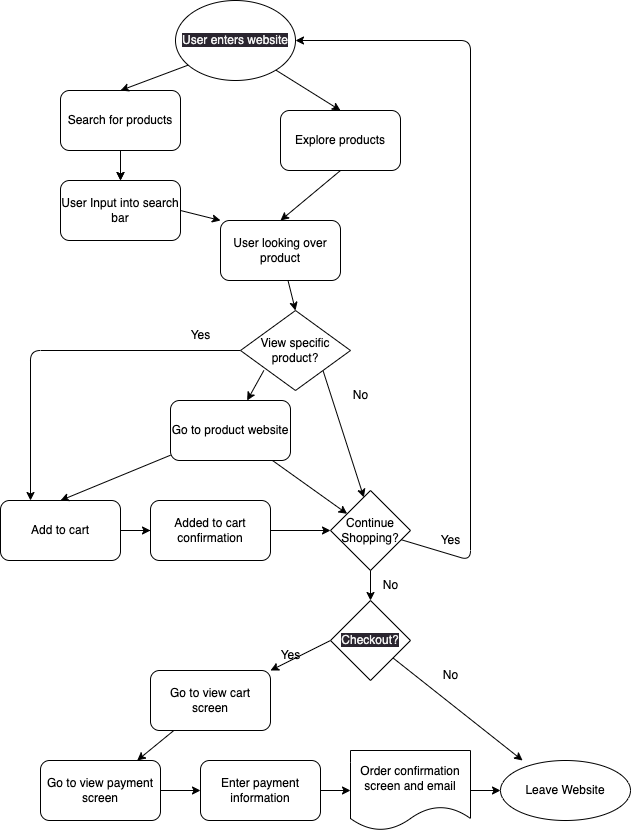
Above: explore/diagramming/diagram.drawio.png in Kekoa-Pickett/sp24-cse110-lab4 (draw.io), before the change. Source tidied: cells renumbered, new cells last; positions are measured from the earlier drawing's top-left corner, leaving out a move shared by most shapes. Source of this version:
```xml
<mxGraphModel>
  <root>
    <mxCell id="0" />
    <mxCell id="1" parent="0" />
    <mxCell id="2" value="Explore products" style="rounded=1;whiteSpace=wrap;html=1;" parent="1" vertex="1">
      <mxGeometry x="280" y="110" width="120" height="60" as="geometry" />
    </mxCell>
    <mxCell id="3" style="edgeStyle=none;html=1;" parent="1" edge="1" source="4" target="7">
      <mxGeometry relative="1" as="geometry" />
    </mxCell>
    <mxCell id="4" value="Search for products" style="rounded=1;whiteSpace=wrap;html=1;" parent="1" vertex="1">
      <mxGeometry x="60" y="90" width="120" height="60" as="geometry" />
    </mxCell>
    <mxCell id="5" style="endArrow=classic;html=1;exitX=0.25;exitY=1;exitDx=0;exitDy=0;entryX=0.5;entryY=0;entryDx=0;entryDy=0;" parent="1" edge="1" target="4">
      <mxGeometry relative="1" as="geometry">
        <mxPoint x="200" y="60" as="sourcePoint" />
      </mxGeometry>
    </mxCell>
    <mxCell id="6" style="endArrow=classic;html=1;exitX=0.75;exitY=1;exitDx=0;exitDy=0;entryX=0.5;entryY=0;entryDx=0;entryDy=0;" parent="1" edge="1" target="2">
      <mxGeometry relative="1" as="geometry">
        <mxPoint x="260" y="60" as="sourcePoint" />
      </mxGeometry>
    </mxCell>
    <mxCell id="7" value="User Input into search bar" style="rounded=1;whiteSpace=wrap;html=1;" parent="1" vertex="1">
      <mxGeometry x="60" y="180" width="120" height="60" as="geometry" />
    </mxCell>
    <mxCell id="8" style="endArrow=classic;html=1;entryX=0.5;entryY=0;entryDx=0;entryDy=0;" parent="1" edge="1" target="7">
      <mxGeometry relative="1" as="geometry">
        <mxPoint x="120" y="170" as="sourcePoint" />
        <Array as="points">
          <mxPoint x="120" y="170" />
        </Array>
      </mxGeometry>
    </mxCell>
    <mxCell id="9" style="edgeStyle=none;html=1;entryX=0.5;entryY=0;entryDx=0;entryDy=0;" parent="1" edge="1" source="10" target="43">
      <mxGeometry relative="1" as="geometry" />
    </mxCell>
    <mxCell id="10" value="User looking over product" style="rounded=1;whiteSpace=wrap;html=1;" parent="1" vertex="1">
      <mxGeometry x="220" y="220" width="120" height="60" as="geometry" />
    </mxCell>
    <mxCell id="11" style="endArrow=classic;html=1;exitX=1;exitY=0.5;exitDx=0;exitDy=0;entryX=0;entryY=0;entryDx=0;entryDy=0;" parent="1" edge="1" source="7" target="10">
      <mxGeometry relative="1" as="geometry" />
    </mxCell>
    <mxCell id="12" style="endArrow=classic;html=1;exitX=0.5;exitY=1;exitDx=0;exitDy=0;entryX=0.5;entryY=0;entryDx=0;entryDy=0;" parent="1" edge="1" source="2" target="10">
      <mxGeometry relative="1" as="geometry" />
    </mxCell>
    <mxCell id="13" style="edgeStyle=none;html=1;" parent="1" edge="1" target="21">
      <mxGeometry relative="1" as="geometry">
        <mxPoint x="263.3" y="370" as="sourcePoint" />
      </mxGeometry>
    </mxCell>
    <mxCell id="14" style="edgeStyle=none;html=1;entryX=0.417;entryY=0.086;entryDx=0;entryDy=0;entryPerimeter=0;exitX=1;exitY=1;exitDx=0;exitDy=0;" parent="1" edge="1" source="43" target="42">
      <mxGeometry relative="1" as="geometry" />
    </mxCell>
    <mxCell id="15" style="edgeStyle=none;html=1;entryX=0.25;entryY=0;entryDx=0;entryDy=0;exitX=0;exitY=0.5;exitDx=0;exitDy=0;" parent="1" edge="1" source="43" target="18">
      <mxGeometry relative="1" as="geometry">
        <Array as="points">
          <mxPoint x="30" y="350" />
        </Array>
      </mxGeometry>
    </mxCell>
    <mxCell id="16" style="edgeStyle=none;html=1;entryX=0;entryY=0.5;entryDx=0;entryDy=0;startArrow=none;" parent="1" edge="1" source="25" target="42">
      <mxGeometry relative="1" as="geometry" />
    </mxCell>
    <mxCell id="17" style="edgeStyle=none;html=1;" parent="1" edge="1" source="18" target="25">
      <mxGeometry relative="1" as="geometry" />
    </mxCell>
    <mxCell id="18" value="Add to cart" style="whiteSpace=wrap;html=1;rounded=1;" parent="1" vertex="1">
      <mxGeometry y="500" width="120" height="60" as="geometry" />
    </mxCell>
    <mxCell id="19" style="edgeStyle=none;html=1;entryX=0.5;entryY=0;entryDx=0;entryDy=0;" parent="1" edge="1" source="21" target="18">
      <mxGeometry relative="1" as="geometry" />
    </mxCell>
    <mxCell id="20" style="edgeStyle=none;html=1;" parent="1" edge="1" source="21" target="42">
      <mxGeometry relative="1" as="geometry" />
    </mxCell>
    <mxCell id="21" value="Go to product website" style="whiteSpace=wrap;html=1;rounded=1;" parent="1" vertex="1">
      <mxGeometry x="170" y="400" width="120" height="60" as="geometry" />
    </mxCell>
    <mxCell id="22" style="edgeStyle=none;html=1;entryX=1;entryY=0.5;entryDx=0;entryDy=0;" parent="1" edge="1" source="42" target="45">
      <mxGeometry relative="1" as="geometry">
        <Array as="points">
          <mxPoint x="470" y="560" />
          <mxPoint x="470" y="40" />
        </Array>
      </mxGeometry>
    </mxCell>
    <mxCell id="23" style="edgeStyle=none;html=1;" parent="1" edge="1">
      <mxGeometry relative="1" as="geometry">
        <mxPoint x="370" y="560" as="sourcePoint" />
        <mxPoint x="370" y="600" as="targetPoint" />
      </mxGeometry>
    </mxCell>
    <mxCell id="24" style="edgeStyle=none;html=1;entryX=0;entryY=0.5;entryDx=0;entryDy=0;endArrow=none;" parent="1" edge="1" source="18" target="25">
      <mxGeometry relative="1" as="geometry" />
    </mxCell>
    <mxCell id="25" value="Added to cart confirmation" style="whiteSpace=wrap;html=1;rounded=1;" parent="1" vertex="1">
      <mxGeometry x="150" y="500" width="120" height="60" as="geometry" />
    </mxCell>
    <mxCell id="26" value="Yes" style="text;html=1;align=center;verticalAlign=middle;strokeColor=none;fillColor=none;" parent="1" vertex="1">
      <mxGeometry x="430" y="525" width="40" height="30" as="geometry" />
    </mxCell>
    <mxCell id="27" style="edgeStyle=none;html=1;exitX=0;exitY=0.5;exitDx=0;exitDy=0;" parent="1" edge="1" source="41" target="30">
      <mxGeometry relative="1" as="geometry" />
    </mxCell>
    <mxCell id="28" style="edgeStyle=none;html=1;exitX=0.775;exitY=0.713;exitDx=0;exitDy=0;exitPerimeter=0;" parent="1" edge="1" source="41">
      <mxGeometry relative="1" as="geometry">
        <mxPoint x="522.1" y="760" as="targetPoint" />
      </mxGeometry>
    </mxCell>
    <mxCell id="29" style="edgeStyle=none;html=1;" parent="1" edge="1" source="30" target="35">
      <mxGeometry relative="1" as="geometry" />
    </mxCell>
    <mxCell id="30" value="Go to view cart screen" style="whiteSpace=wrap;html=1;rounded=1;" parent="1" vertex="1">
      <mxGeometry x="150" y="670" width="120" height="60" as="geometry" />
    </mxCell>
    <mxCell id="31" value="No" style="text;html=1;align=center;verticalAlign=middle;strokeColor=none;fillColor=none;" parent="1" vertex="1">
      <mxGeometry x="430" y="660" width="40" height="30" as="geometry" />
    </mxCell>
    <mxCell id="32" value="Yes" style="text;html=1;align=center;verticalAlign=middle;strokeColor=none;fillColor=none;" parent="1" vertex="1">
      <mxGeometry x="270" y="640" width="40" height="30" as="geometry" />
    </mxCell>
    <mxCell id="33" value="No" style="text;html=1;align=center;verticalAlign=middle;strokeColor=none;fillColor=none;" parent="1" vertex="1">
      <mxGeometry x="370" y="570" width="40" height="30" as="geometry" />
    </mxCell>
    <mxCell id="34" style="edgeStyle=none;html=1;" parent="1" edge="1" source="35" target="37">
      <mxGeometry relative="1" as="geometry" />
    </mxCell>
    <mxCell id="35" value="Go to view payment screen" style="whiteSpace=wrap;html=1;rounded=1;" parent="1" vertex="1">
      <mxGeometry x="40" y="760" width="120" height="60" as="geometry" />
    </mxCell>
    <mxCell id="36" style="edgeStyle=none;html=1;" parent="1" edge="1" source="37">
      <mxGeometry relative="1" as="geometry">
        <mxPoint x="350" y="790" as="targetPoint" />
      </mxGeometry>
    </mxCell>
    <mxCell id="37" value="Enter payment information" style="whiteSpace=wrap;html=1;rounded=1;" parent="1" vertex="1">
      <mxGeometry x="200" y="760" width="120" height="60" as="geometry" />
    </mxCell>
    <mxCell id="38" style="edgeStyle=none;html=1;" parent="1" edge="1">
      <mxGeometry relative="1" as="geometry">
        <mxPoint x="470" y="790" as="sourcePoint" />
        <mxPoint x="500" y="790" as="targetPoint" />
      </mxGeometry>
    </mxCell>
    <mxCell id="39" value="No" style="text;html=1;align=center;verticalAlign=middle;strokeColor=none;fillColor=none;" parent="1" vertex="1">
      <mxGeometry x="340" y="380" width="40" height="30" as="geometry" />
    </mxCell>
    <mxCell id="40" value="Yes" style="text;html=1;align=center;verticalAlign=middle;strokeColor=none;fillColor=none;" parent="1" vertex="1">
      <mxGeometry x="180" y="320" width="40" height="30" as="geometry" />
    </mxCell>
    <mxCell id="41" value="&lt;meta charset=&quot;utf-8&quot;&gt;&lt;span style=&quot;color: rgb(240, 240, 240); font-family: Helvetica; font-size: 12px; font-style: normal; font-variant-ligatures: normal; font-variant-caps: normal; font-weight: 400; letter-spacing: normal; orphans: 2; text-align: center; text-indent: 0px; text-transform: none; widows: 2; word-spacing: 0px; -webkit-text-stroke-width: 0px; background-color: rgb(42, 37, 47); text-decoration-thickness: initial; text-decoration-style: initial; text-decoration-color: initial; float: none; display: inline !important;&quot;&gt;Checkout?&lt;/span&gt;" style="rhombus;whiteSpace=wrap;html=1;" parent="1" vertex="1">
      <mxGeometry x="330" y="600" width="80" height="80" as="geometry" />
    </mxCell>
    <mxCell id="42" value="Continue Shopping?" style="rhombus;whiteSpace=wrap;html=1;" parent="1" vertex="1">
      <mxGeometry x="330" y="490" width="80" height="80" as="geometry" />
    </mxCell>
    <mxCell id="43" value="View specific product?" style="rhombus;whiteSpace=wrap;html=1;" parent="1" vertex="1">
      <mxGeometry x="240" y="310" width="110" height="80" as="geometry" />
    </mxCell>
    <mxCell id="44" value="Order confirmation screen and email" style="shape=document;whiteSpace=wrap;html=1;boundedLbl=1;" parent="1" vertex="1">
      <mxGeometry x="350" y="750" width="120" height="80" as="geometry" />
    </mxCell>
    <mxCell id="45" value="&lt;meta charset=&quot;utf-8&quot;&gt;&lt;span style=&quot;color: rgb(240, 240, 240); font-family: Helvetica; font-size: 12px; font-style: normal; font-variant-ligatures: normal; font-variant-caps: normal; font-weight: 400; letter-spacing: normal; orphans: 2; text-align: center; text-indent: 0px; text-transform: none; widows: 2; word-spacing: 0px; -webkit-text-stroke-width: 0px; background-color: rgb(42, 37, 47); text-decoration-thickness: initial; text-decoration-style: initial; text-decoration-color: initial; float: none; display: inline !important;&quot;&gt;User enters website&lt;/span&gt;" style="ellipse;whiteSpace=wrap;html=1;" parent="1" vertex="1">
      <mxGeometry x="175" width="120" height="80" as="geometry" />
    </mxCell>
    <mxCell id="46" value="Leave Website" style="ellipse;whiteSpace=wrap;html=1;" parent="1" vertex="1">
      <mxGeometry x="500" y="760" width="130" height="60" as="geometry" />
    </mxCell>
  </root>
</mxGraphModel>
```
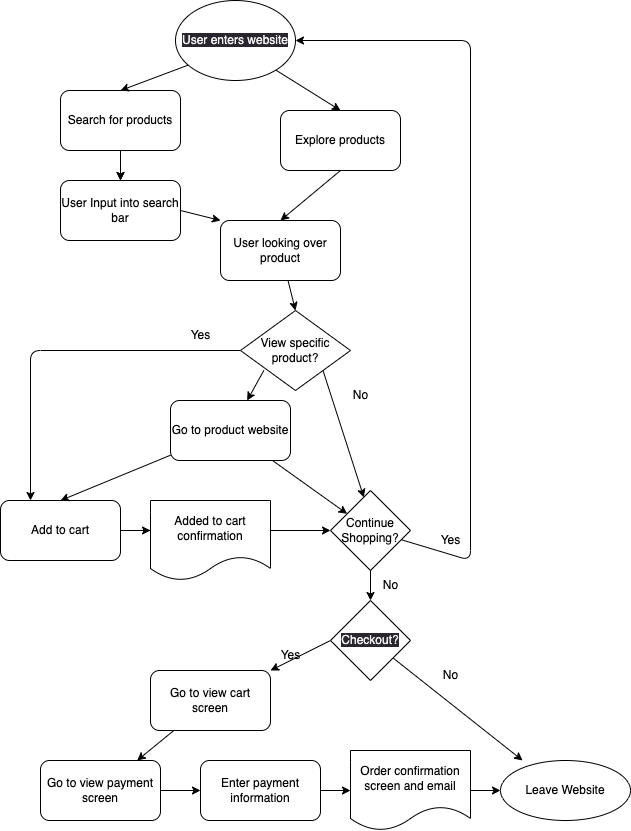
The same diagram one commit later.

What changed in the source:
```diff
@@ -59,11 +59,15 @@
         </Array>
       </mxGeometry>
     </mxCell>
-    <mxCell id="16" style="edgeStyle=none;html=1;entryX=0;entryY=0.5;entryDx=0;entryDy=0;startArrow=none;" parent="1" edge="1" source="25" target="42">
-      <mxGeometry relative="1" as="geometry" />
+    <mxCell id="16" style="edgeStyle=none;html=1;entryX=0;entryY=0.5;entryDx=0;entryDy=0;startArrow=none;" parent="1" edge="1" target="42">
+      <mxGeometry relative="1" as="geometry">
+        <mxPoint x="270" y="530" as="sourcePoint" />
+      </mxGeometry>
     </mxCell>
-    <mxCell id="17" style="edgeStyle=none;html=1;" parent="1" edge="1" source="18" target="25">
-      <mxGeometry relative="1" as="geometry" />
+    <mxCell id="17" style="edgeStyle=none;html=1;" parent="1" edge="1" source="18">
+      <mxGeometry relative="1" as="geometry">
+        <mxPoint x="150" y="530" as="targetPoint" />
+      </mxGeometry>
     </mxCell>
     <mxCell id="18" value="Add to cart" style="whiteSpace=wrap;html=1;rounded=1;" parent="1" vertex="1">
       <mxGeometry y="500" width="120" height="60" as="geometry" />
@@ -91,12 +95,11 @@
         <mxPoint x="370" y="600" as="targetPoint" />
       </mxGeometry>
     </mxCell>
-    <mxCell id="24" style="edgeStyle=none;html=1;entryX=0;entryY=0.5;entryDx=0;entryDy=0;endArrow=none;" parent="1" edge="1" source="18" target="25">
-      <mxGeometry relative="1" as="geometry" />
+    <mxCell id="24" style="edgeStyle=none;html=1;entryX=0;entryY=0.5;entryDx=0;entryDy=0;endArrow=none;" parent="1" edge="1" source="18">
+      <mxGeometry relative="1" as="geometry">
+        <mxPoint x="150" y="530" as="targetPoint" />
+      </mxGeometry>
     </mxCell>
-    <mxCell id="25" value="Added to cart confirmation" style="whiteSpace=wrap;html=1;rounded=1;" parent="1" vertex="1">
-      <mxGeometry x="150" y="500" width="120" height="60" as="geometry" />
-    </mxCell>
     <mxCell id="26" value="Yes" style="text;html=1;align=center;verticalAlign=middle;strokeColor=none;fillColor=none;" parent="1" vertex="1">
       <mxGeometry x="430" y="525" width="40" height="30" as="geometry" />
     </mxCell>
@@ -167,5 +170,8 @@
     <mxCell id="46" value="Leave Website" style="ellipse;whiteSpace=wrap;html=1;" parent="1" vertex="1">
       <mxGeometry x="500" y="760" width="130" height="60" as="geometry" />
     </mxCell>
+    <mxCell id="25" value="Added to cart confirmation" style="shape=document;whiteSpace=wrap;html=1;boundedLbl=1;" parent="1" vertex="1">
+      <mxGeometry x="150" y="500" width="120" height="80" as="geometry" />
+    </mxCell>
   </root>
 </mxGraphModel>
```
